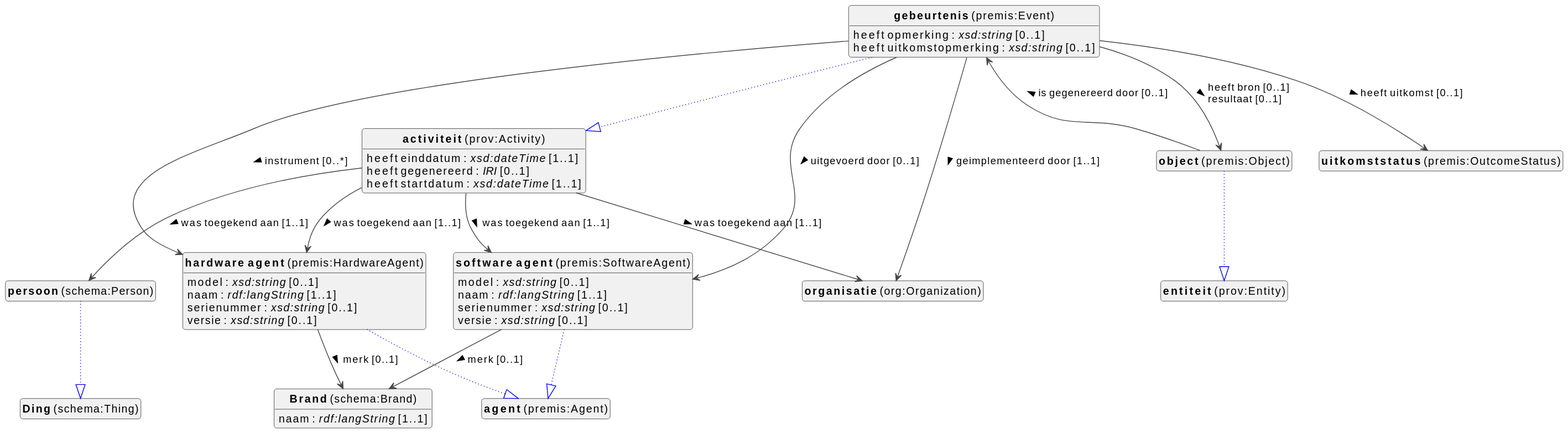
The PlantUML diagram docs/metadata/knowledge-graph/0.0.1/events/nl/events-diagram.svg in viaacode/documentation-jekyll, before a commit.
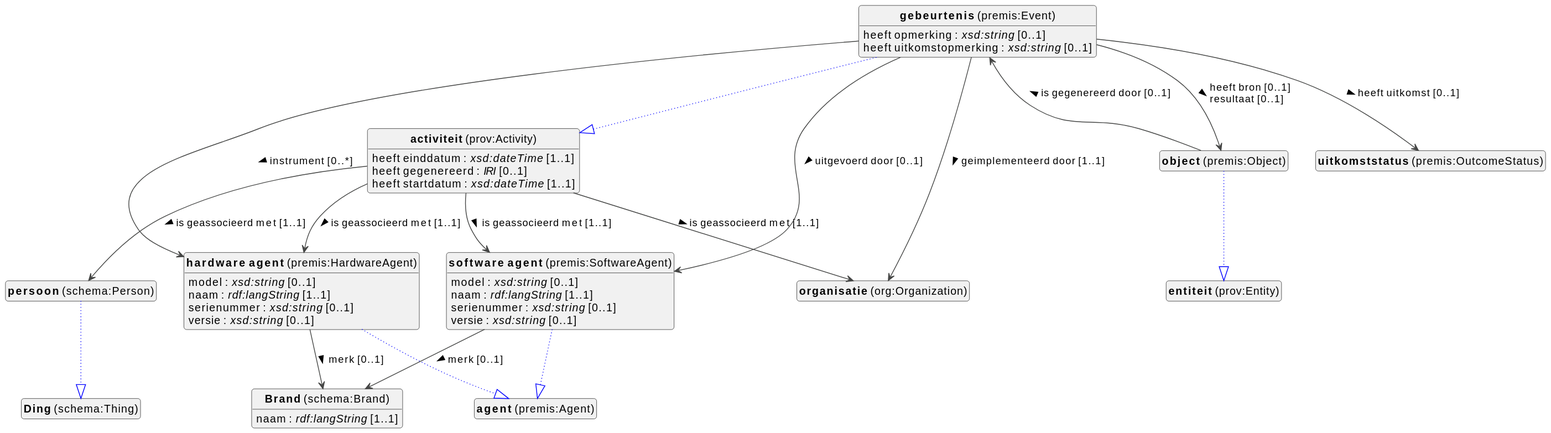
The same diagram one commit later.

What changed in the source:
```diff
@@ -34,10 +34,10 @@
 prov_Activity : heeft gegenereerd : <i>IRI</i> [0..1]
 prov_Activity : heeft startdatum : <i>xsd:dateTime</i> [1..1]
 
-prov_Activity --> org_Organization :was toegekend aan [1..1]  >
-prov_Activity --> premis_HardwareAgent :was toegekend aan [1..1]  >
-prov_Activity --> premis_SoftwareAgent :was toegekend aan [1..1]  >
-prov_Activity --> schema_Person :was toegekend aan [1..1]  >
+prov_Activity --> org_Organization :is geassocieerd met [1..1]  >
+prov_Activity --> premis_HardwareAgent :is geassocieerd met [1..1]  >
+prov_Activity --> premis_SoftwareAgent :is geassocieerd met [1..1]  >
+prov_Activity --> schema_Person :is geassocieerd met [1..1]  >
 
 
 premis_Event --|> prov_Activity #blue;line.dotted;text:blue
```
